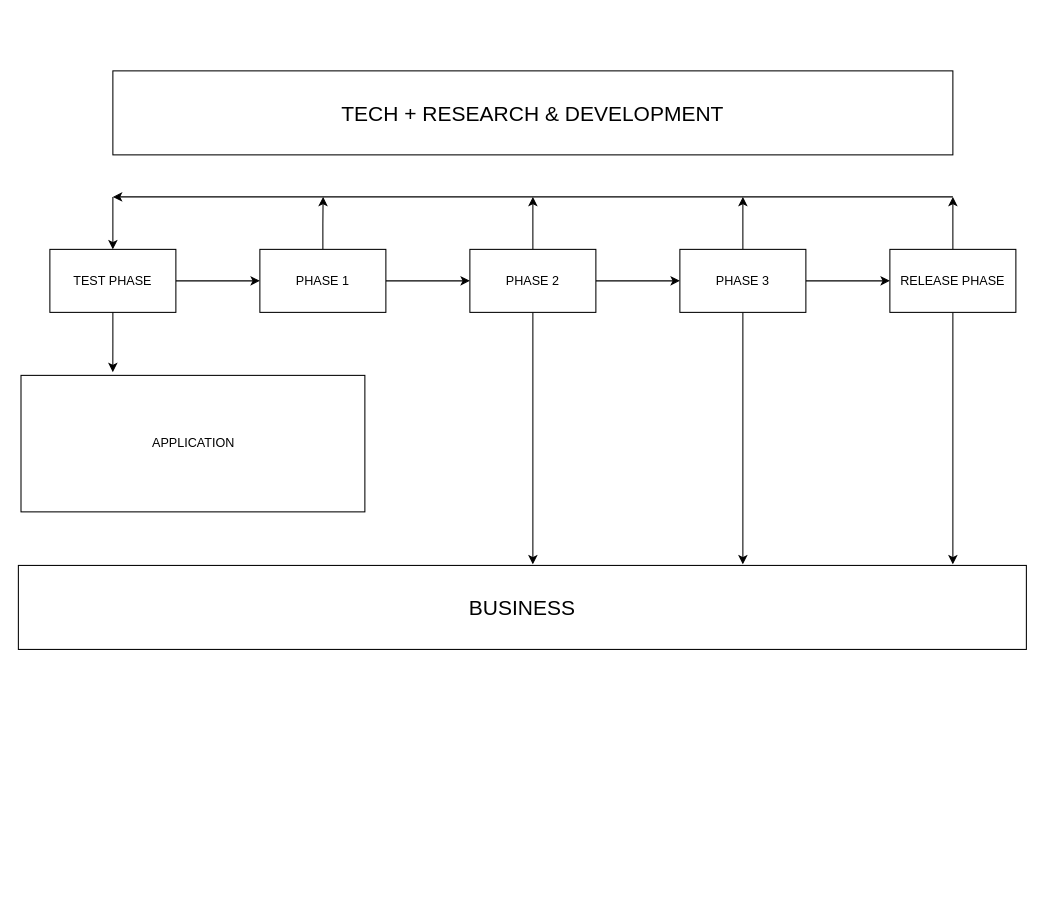
Tran-Long-Vu/AppVocabFR keeps this draw.io diagram as Biểu đồ không có tiêu đề.drawio. Above is the earlier version. Source tidied: cells renumbered, new cells numbered last; positions are measured from the earlier drawing's top-left corner, leaving out a move shared by most shapes. Both pictures are drawn from the tidied source at 105%, with x=0, y=0 at pixel (18, 70).
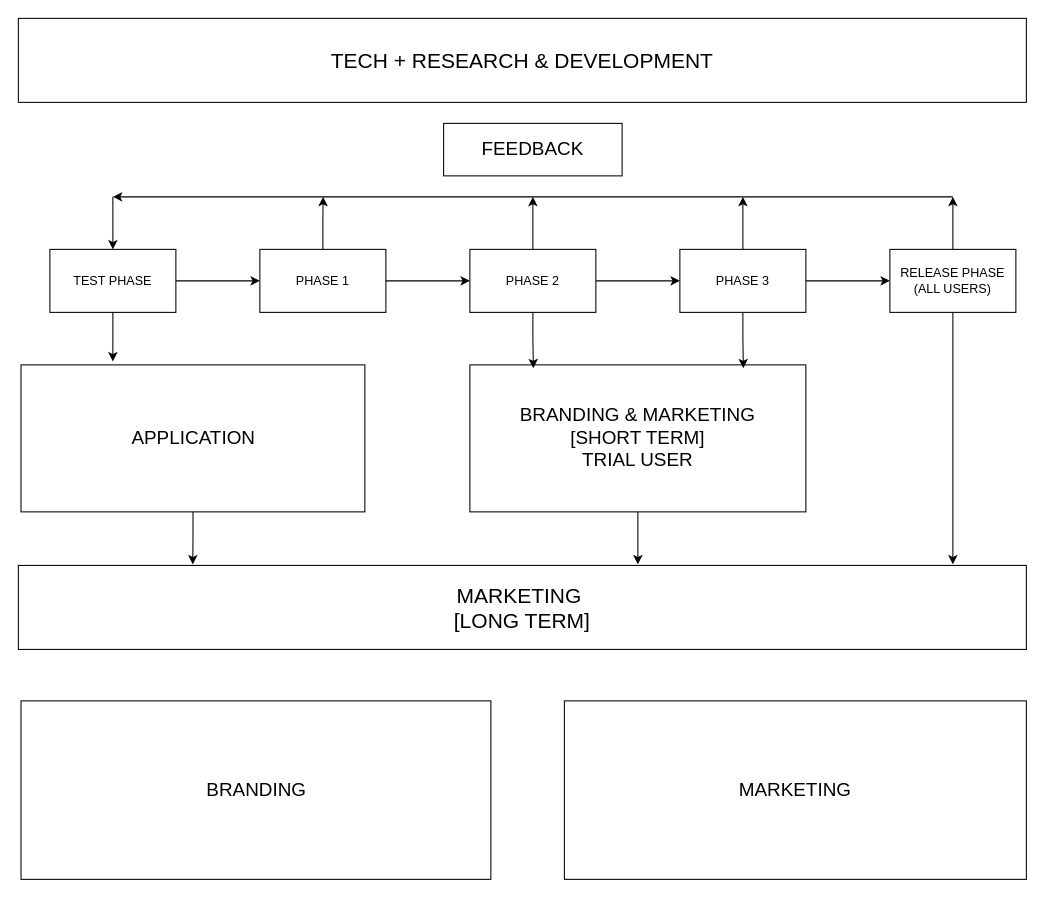
The same page after the edit.

Commit message:
Cập nhật Biểu đồ không có tiêu đề.drawio

The change refers to these unchanged cells:
```xml
<mxCell id="11" value="PHASE 2" style="rounded=0;whiteSpace=wrap;html=1;" parent="1" vertex="1">
  <mxGeometry x="430" y="170" width="120" height="60" as="geometry" />
</mxCell>
<mxCell id="15" value="PHASE 3" style="rounded=0;whiteSpace=wrap;html=1;" parent="1" vertex="1">
  <mxGeometry x="630" y="170" width="120" height="60" as="geometry" />
</mxCell>
```

Diff of the diagram source:
```diff
@@
-    <mxCell id="2" value="APPLICATION" style="rounded=0;whiteSpace=wrap;html=1;" parent="1" vertex="1">
-      <mxGeometry x="2.5" y="290" width="327.5" height="130" as="geometry" />
+    <mxCell id="2" value="&lt;font style=&quot;font-size: 18px;&quot;&gt;APPLICATION&lt;/font&gt;" style="rounded=0;whiteSpace=wrap;html=1;" parent="1" vertex="1">
+      <mxGeometry x="2.5" y="280" width="327.5" height="140" as="geometry" />
     </mxCell>
@@
-    <mxCell id="10" style="edgeStyle=orthogonalEdgeStyle;rounded=0;jettySize=auto;html=1;" parent="1" edge="1" source="11">
-      <mxGeometry relative="1" as="geometry">
-        <mxPoint x="490" y="470" as="targetPoint" />
-      </mxGeometry>
-    </mxCell>
@@
-    <mxCell id="14" style="edgeStyle=orthogonalEdgeStyle;rounded=0;jettySize=auto;html=1;" parent="1" edge="1" source="15">
-      <mxGeometry relative="1" as="geometry">
-        <mxPoint x="690" y="470" as="targetPoint" />
-      </mxGeometry>
-    </mxCell>
@@
-    <mxCell id="18" value="RELEASE PHASE" style="rounded=0;whiteSpace=wrap;html=1;" parent="1" vertex="1">
+    <mxCell id="18" value="RELEASE PHASE&lt;div&gt;(ALL USERS)&lt;/div&gt;" style="rounded=0;whiteSpace=wrap;html=1;" parent="1" vertex="1">
       <mxGeometry x="830" y="170" width="120" height="60" as="geometry" />
     </mxCell>
-    <mxCell id="19" value="&lt;font style=&quot;font-size: 20px;&quot;&gt;BUSINESS&lt;/font&gt;" style="rounded=0;whiteSpace=wrap;html=1;" parent="1" vertex="1">
+    <mxCell id="19" value="&lt;font style=&quot;font-size: 20px;&quot;&gt;MARKETING&amp;nbsp;&lt;/font&gt;&lt;div&gt;&lt;font style=&quot;font-size: 20px;&quot;&gt;[LONG TERM]&lt;/font&gt;&lt;/div&gt;" style="rounded=0;whiteSpace=wrap;html=1;" parent="1" vertex="1">
       <mxGeometry y="471" width="960" height="80" as="geometry" />
     </mxCell>
     <mxCell id="20" value="&lt;font style=&quot;font-size: 20px;&quot;&gt;TECH + RESEARCH &amp;amp; DEVELOPMENT&lt;/font&gt;" style="rounded=0;whiteSpace=wrap;html=1;" parent="1" vertex="1">
-      <mxGeometry x="90" width="800" height="80" as="geometry" />
+      <mxGeometry y="-50" width="960" height="80" as="geometry" />
     </mxCell>
@@
+    <mxCell id="24" value="&lt;font style=&quot;font-size: 18px;&quot;&gt;FEEDBACK&lt;/font&gt;" style="rounded=0;whiteSpace=wrap;html=1;" parent="1" vertex="1">
+      <mxGeometry x="405" y="50" width="170" height="50" as="geometry" />
+    </mxCell>
+    <mxCell id="25" style="edgeStyle=orthogonalEdgeStyle;rounded=0;jettySize=auto;html=1;" parent="1" edge="1" source="26">
+      <mxGeometry relative="1" as="geometry">
+        <mxPoint x="590" y="470" as="targetPoint" />
+      </mxGeometry>
+    </mxCell>
+    <mxCell id="26" value="&lt;font style=&quot;font-size: 18px;&quot;&gt;BRANDING &amp;amp; MARKETING&lt;/font&gt;&lt;div&gt;&lt;span style=&quot;font-size: 18px;&quot;&gt;[SHORT TERM]&lt;/span&gt;&lt;/div&gt;&lt;div&gt;&lt;span style=&quot;font-size: 18px;&quot;&gt;TRIAL USER&lt;/span&gt;&lt;/div&gt;" style="rounded=0;whiteSpace=wrap;html=1;" parent="1" vertex="1">
+      <mxGeometry x="430" y="280" width="320" height="140" as="geometry" />
+    </mxCell>
+    <mxCell id="27" style="edgeStyle=orthogonalEdgeStyle;rounded=0;jettySize=auto;html=1;entryX=0.189;entryY=0.023;entryDx=0;entryDy=0;entryPerimeter=0;" parent="1" edge="1" source="11" target="26">
+      <mxGeometry relative="1" as="geometry" />
+    </mxCell>
+    <mxCell id="28" style="edgeStyle=orthogonalEdgeStyle;rounded=0;jettySize=auto;html=1;entryX=0.814;entryY=0.023;entryDx=0;entryDy=0;entryPerimeter=0;" parent="1" edge="1" source="15" target="26">
+      <mxGeometry relative="1" as="geometry" />
+    </mxCell>
+    <mxCell id="29" style="edgeStyle=orthogonalEdgeStyle;rounded=0;jettySize=auto;html=1;entryX=0.173;entryY=-0.012;entryDx=0;entryDy=0;entryPerimeter=0;" parent="1" edge="1" source="2" target="19">
+      <mxGeometry relative="1" as="geometry" />
+    </mxCell>
+    <mxCell id="30" value="&lt;font style=&quot;font-size: 18px;&quot;&gt;BRANDING&lt;/font&gt;" style="rounded=0;whiteSpace=wrap;html=1;" parent="1" vertex="1">
+      <mxGeometry x="2.5" y="600" width="447.5" height="170" as="geometry" />
+    </mxCell>
+    <mxCell id="31" value="&lt;font style=&quot;font-size: 18px;&quot;&gt;MARKETING&lt;/font&gt;" style="rounded=0;whiteSpace=wrap;html=1;" parent="1" vertex="1">
+      <mxGeometry x="520" y="600" width="440" height="170" as="geometry" />
+    </mxCell>
```
